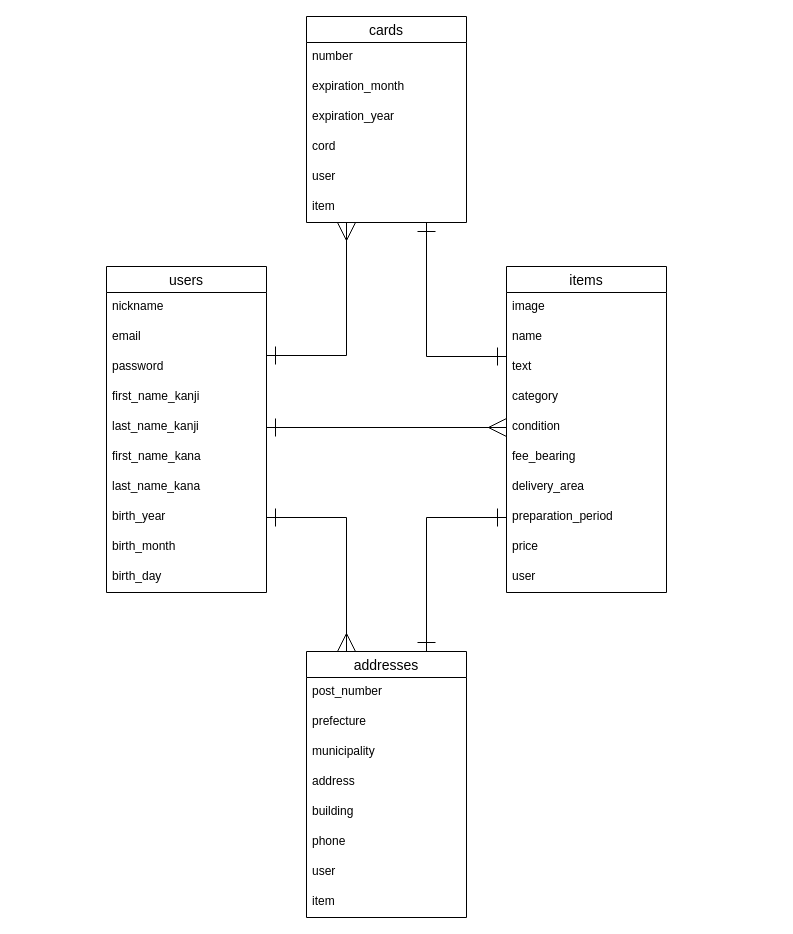
This is ER.dio from kazu1080601/furima-32572, a draw.io file, before an edit. Source tidied: cells renumbered, new cells numbered last; positions are measured from the earlier drawing's top-left corner, leaving out a move shared by most shapes. Both pictures are drawn from the tidied source at 100%, with x=0, y=0 at pixel (106, 16).
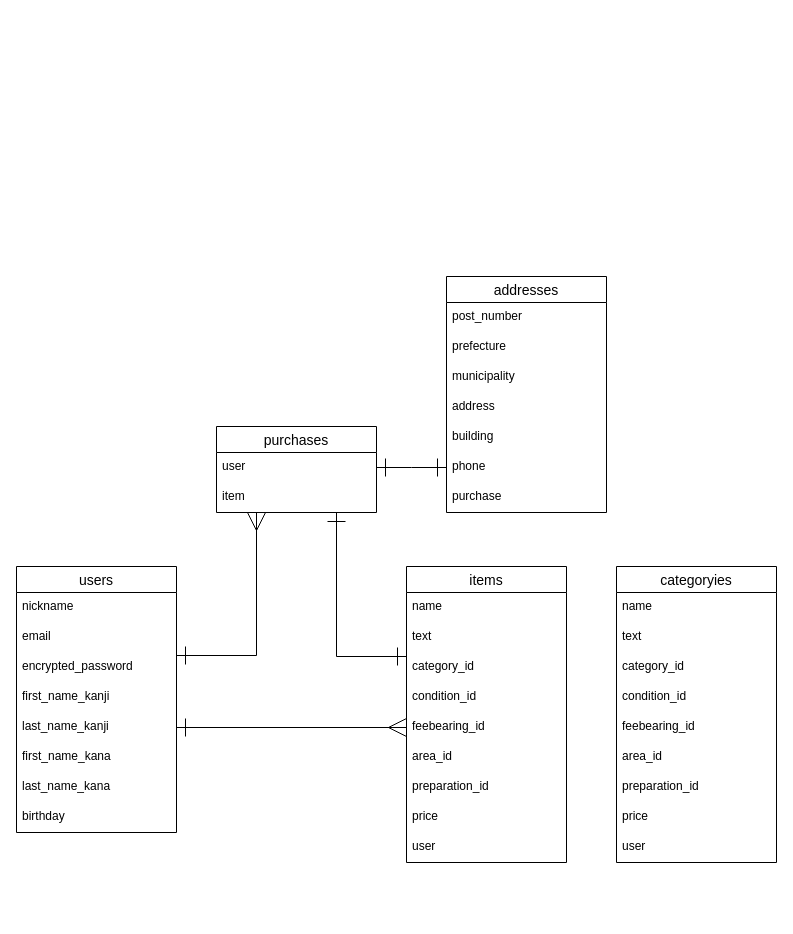
The same diagram, later.

Commit message (it also covers changes not shown here):
プルリクエスト指摘事項修正

Unchanged cells that the change refers to:
```xml
<mxCell id="18" value="last_name_kanji" style="text;strokeColor=none;fillColor=none;spacingLeft=4;spacingRight=4;overflow=hidden;points=[[0,0.5],[1,0.5]];portConstraint=eastwest;fontSize=12;" parent="13" vertex="1">
  <mxGeometry y="146" width="160" height="30" as="geometry" />
</mxCell>
```

The edit, as a diff of the source:
```diff
@@
     <mxCell id="2" value="items" style="swimlane;fontStyle=0;horizontal=1;startSize=26;align=center;fontSize=14;" parent="1" vertex="1">
-      <mxGeometry x="400" y="250" width="160" height="326" as="geometry" />
+      <mxGeometry x="300" y="550" width="160" height="296" as="geometry" />
     </mxCell>
-    <mxCell id="3" value="image" style="text;strokeColor=none;fillColor=none;spacingLeft=4;spacingRight=4;overflow=hidden;fontSize=12;" parent="2" vertex="1">
-      <mxGeometry y="26" width="160" height="30" as="geometry" />
-    </mxCell>
     <mxCell id="4" value="name" style="text;strokeColor=none;fillColor=none;spacingLeft=4;spacingRight=4;overflow=hidden;fontSize=12;" parent="2" vertex="1">
-      <mxGeometry y="56" width="160" height="30" as="geometry" />
+      <mxGeometry y="26" width="160" height="30" as="geometry" />
     </mxCell>
     <mxCell id="5" value="text" style="text;strokeColor=none;fillColor=none;spacingLeft=4;spacingRight=4;overflow=hidden;fontSize=12;" parent="2" vertex="1">
-      <mxGeometry y="86" width="160" height="30" as="geometry" />
+      <mxGeometry y="56" width="160" height="30" as="geometry" />
     </mxCell>
-    <mxCell id="6" value="category" style="text;strokeColor=none;fillColor=none;spacingLeft=4;spacingRight=4;overflow=hidden;fontSize=12;" parent="2" vertex="1">
-      <mxGeometry y="116" width="160" height="30" as="geometry" />
+    <mxCell id="6" value="category_id" style="text;strokeColor=none;fillColor=none;spacingLeft=4;spacingRight=4;overflow=hidden;fontSize=12;" parent="2" vertex="1">
+      <mxGeometry y="86" width="160" height="30" as="geometry" />
     </mxCell>
-    <mxCell id="7" value="condition" style="text;strokeColor=none;fillColor=none;spacingLeft=4;spacingRight=4;overflow=hidden;points=[[0,0.5],[1,0.5]];portConstraint=eastwest;fontSize=12;" parent="2" vertex="1">
-      <mxGeometry y="146" width="160" height="30" as="geometry" />
+    <mxCell id="7" value="condition_id" style="text;strokeColor=none;fillColor=none;spacingLeft=4;spacingRight=4;overflow=hidden;points=[[0,0.5],[1,0.5]];portConstraint=eastwest;fontSize=12;" parent="2" vertex="1">
+      <mxGeometry y="116" width="160" height="30" as="geometry" />
     </mxCell>
-    <mxCell id="8" value="fee_bearing" style="text;strokeColor=none;fillColor=none;spacingLeft=4;spacingRight=4;overflow=hidden;points=[[0,0.5],[1,0.5]];portConstraint=eastwest;fontSize=12;" parent="2" vertex="1">
-      <mxGeometry y="176" width="160" height="30" as="geometry" />
+    <mxCell id="8" value="feebearing_id" style="text;strokeColor=none;fillColor=none;spacingLeft=4;spacingRight=4;overflow=hidden;points=[[0,0.5],[1,0.5]];portConstraint=eastwest;fontSize=12;" parent="2" vertex="1">
+      <mxGeometry y="146" width="160" height="30" as="geometry" />
     </mxCell>
-    <mxCell id="9" value="delivery_area" style="text;strokeColor=none;fillColor=none;spacingLeft=4;spacingRight=4;overflow=hidden;fontSize=12;" parent="2" vertex="1">
-      <mxGeometry y="206" width="160" height="30" as="geometry" />
+    <mxCell id="9" value="area_id" style="text;strokeColor=none;fillColor=none;spacingLeft=4;spacingRight=4;overflow=hidden;fontSize=12;" parent="2" vertex="1">
+      <mxGeometry y="176" width="160" height="30" as="geometry" />
     </mxCell>
-    <mxCell id="10" value="preparation_period" style="text;strokeColor=none;fillColor=none;spacingLeft=4;spacingRight=4;overflow=hidden;points=[[0,0.5],[1,0.5]];portConstraint=eastwest;fontSize=12;" parent="2" vertex="1">
-      <mxGeometry y="236" width="160" height="30" as="geometry" />
+    <mxCell id="10" value="preparation_id" style="text;strokeColor=none;fillColor=none;spacingLeft=4;spacingRight=4;overflow=hidden;points=[[0,0.5],[1,0.5]];portConstraint=eastwest;fontSize=12;" parent="2" vertex="1">
+      <mxGeometry y="206" width="160" height="30" as="geometry" />
     </mxCell>
     <mxCell id="11" value="price" style="text;strokeColor=none;fillColor=none;spacingLeft=4;spacingRight=4;overflow=hidden;fontSize=12;" parent="2" vertex="1">
-      <mxGeometry y="266" width="160" height="30" as="geometry" />
+      <mxGeometry y="236" width="160" height="30" as="geometry" />
     </mxCell>
     <mxCell id="12" value="user" style="text;strokeColor=none;fillColor=none;spacingLeft=4;spacingRight=4;overflow=hidden;fontSize=12;" parent="2" vertex="1">
-      <mxGeometry y="296" width="160" height="30" as="geometry" />
+      <mxGeometry y="266" width="160" height="30" as="geometry" />
     </mxCell>
     <mxCell id="13" value="users" style="swimlane;fontStyle=0;horizontal=1;startSize=26;align=center;fontSize=14;" parent="1" vertex="1">
-      <mxGeometry y="250" width="160" height="326" as="geometry" />
+      <mxGeometry x="-90" y="550" width="160" height="266" as="geometry" />
     </mxCell>
@@
-    <mxCell id="16" value="password" style="text;strokeColor=none;fillColor=none;spacingLeft=4;spacingRight=4;overflow=hidden;points=[[0,0.5],[1,0.5]];portConstraint=eastwest;fontSize=12;" parent="13" vertex="1">
+    <mxCell id="16" value="encrypted_password" style="text;strokeColor=none;fillColor=none;spacingLeft=4;spacingRight=4;overflow=hidden;points=[[0,0.5],[1,0.5]];portConstraint=eastwest;fontSize=12;" parent="13" vertex="1">
       <mxGeometry y="86" width="160" height="30" as="geometry" />
     </mxCell>
@@
-    <mxCell id="21" value="birth_year" style="text;strokeColor=none;fillColor=none;spacingLeft=4;spacingRight=4;overflow=hidden;points=[[0,0.5],[1,0.5]];portConstraint=eastwest;fontSize=12;" parent="13" vertex="1">
+    <mxCell id="21" value="birthday" style="text;strokeColor=none;fillColor=none;spacingLeft=4;spacingRight=4;overflow=hidden;points=[[0,0.5],[1,0.5]];portConstraint=eastwest;fontSize=12;" parent="13" vertex="1">
       <mxGeometry y="236" width="160" height="30" as="geometry" />
     </mxCell>
-    <mxCell id="22" value="birth_month" style="text;strokeColor=none;fillColor=none;spacingLeft=4;spacingRight=4;overflow=hidden;fontSize=12;" parent="13" vertex="1">
-      <mxGeometry y="266" width="160" height="30" as="geometry" />
-    </mxCell>
-    <mxCell id="23" value="birth_day" style="text;strokeColor=none;fillColor=none;spacingLeft=4;spacingRight=4;overflow=hidden;fontSize=12;" parent="13" vertex="1">
-      <mxGeometry y="296" width="160" height="30" as="geometry" />
-    </mxCell>
-    <mxCell id="24" value="cards" style="swimlane;fontStyle=0;horizontal=1;startSize=26;align=center;fontSize=14;" parent="1" vertex="1">
-      <mxGeometry x="200" width="160" height="206" as="geometry" />
+    <mxCell id="24" value="purchases" style="swimlane;fontStyle=0;horizontal=1;startSize=26;align=center;fontSize=14;" parent="1" vertex="1">
+      <mxGeometry x="110" y="410" width="160" height="86" as="geometry" />
     </mxCell>
-    <mxCell id="25" value="number" style="text;strokeColor=none;fillColor=none;spacingLeft=4;spacingRight=4;overflow=hidden;fontSize=12;" parent="24" vertex="1">
-      <mxGeometry y="26" width="160" height="30" as="geometry" />
-    </mxCell>
-    <mxCell id="26" value="expiration_month" style="text;strokeColor=none;fillColor=none;spacingLeft=4;spacingRight=4;overflow=hidden;fontSize=12;" parent="24" vertex="1">
-      <mxGeometry y="56" width="160" height="30" as="geometry" />
-    </mxCell>
-    <mxCell id="27" value="expiration_year" style="text;strokeColor=none;fillColor=none;spacingLeft=4;spacingRight=4;overflow=hidden;fontSize=12;" parent="24" vertex="1">
-      <mxGeometry y="86" width="160" height="30" as="geometry" />
-    </mxCell>
-    <mxCell id="28" value="cord" style="text;strokeColor=none;fillColor=none;spacingLeft=4;spacingRight=4;overflow=hidden;fontSize=12;" parent="24" vertex="1">
-      <mxGeometry y="116" width="160" height="30" as="geometry" />
-    </mxCell>
     <mxCell id="29" value="user" style="text;strokeColor=none;fillColor=none;spacingLeft=4;spacingRight=4;overflow=hidden;points=[[0,0.5],[1,0.5]];portConstraint=eastwest;fontSize=12;" parent="24" vertex="1">
-      <mxGeometry y="146" width="160" height="30" as="geometry" />
+      <mxGeometry y="26" width="160" height="30" as="geometry" />
     </mxCell>
     <mxCell id="30" value="item" style="text;strokeColor=none;fillColor=none;spacingLeft=4;spacingRight=4;overflow=hidden;fontSize=12;" parent="24" vertex="1">
-      <mxGeometry y="176" width="160" height="30" as="geometry" />
+      <mxGeometry y="56" width="160" height="30" as="geometry" />
     </mxCell>
     <mxCell id="31" value="addresses" style="swimlane;fontStyle=0;horizontal=1;startSize=26;align=center;fontSize=14;" parent="1" vertex="1">
-      <mxGeometry x="200" y="635" width="160" height="266" as="geometry" />
+      <mxGeometry x="340" y="260" width="160" height="236" as="geometry" />
     </mxCell>
@@
-    <mxCell id="38" value="user" style="text;strokeColor=none;fillColor=none;spacingLeft=4;spacingRight=4;overflow=hidden;fontSize=12;" parent="31" vertex="1">
-      <mxGeometry y="206" width="160" height="30" as="geometry" />
-    </mxCell>
-    <mxCell id="39" value="item" style="text;strokeColor=none;fillColor=none;spacingLeft=4;spacingRight=4;overflow=hidden;fontSize=12;" parent="31" vertex="1">
-      <mxGeometry y="236" width="160" height="30" as="geometry" />
+    <mxCell id="39" value="purchase" style="text;strokeColor=none;fillColor=none;spacingLeft=4;spacingRight=4;overflow=hidden;fontSize=12;" parent="31" vertex="1">
+      <mxGeometry y="206" width="160" height="30" as="geometry" />
     </mxCell>
-    <mxCell id="40" style="edgeStyle=orthogonalEdgeStyle;rounded=0;jettySize=auto;html=1;exitX=1;exitY=0.5;exitDx=0;exitDy=0;endArrow=ERmany;endFill=0;endSize=16;entryX=0.25;entryY=0;entryDx=0;entryDy=0;startArrow=ERone;startFill=0;startSize=16;" parent="1" edge="1" source="21" target="31">
-      <mxGeometry relative="1" as="geometry" />
-    </mxCell>
-    <mxCell id="41" style="edgeStyle=orthogonalEdgeStyle;rounded=0;jettySize=auto;html=1;exitX=0;exitY=0.5;exitDx=0;exitDy=0;endArrow=ERone;endFill=0;endSize=16;entryX=0.75;entryY=0;entryDx=0;entryDy=0;startArrow=ERone;startFill=0;startSize=16;" parent="1" edge="1" source="10" target="31">
-      <mxGeometry relative="1" as="geometry">
-        <Array as="points">
-          <mxPoint x="320" y="501" />
-        </Array>
-      </mxGeometry>
-    </mxCell>
     <mxCell id="42" style="edgeStyle=orthogonalEdgeStyle;rounded=0;jettySize=auto;html=1;endArrow=ERmany;endFill=0;endSize=16;startArrow=ERone;startFill=0;startSize=16;exitX=1;exitY=0.1;exitDx=0;exitDy=0;exitPerimeter=0;entryX=0.25;entryY=1;entryDx=0;entryDy=0;" parent="1" edge="1" source="16" target="24">
       <mxGeometry relative="1" as="geometry">
         <Array as="points">
-          <mxPoint x="240" y="339" />
+          <mxPoint x="150" y="639" />
         </Array>
       </mxGeometry>
     </mxCell>
     <mxCell id="43" style="edgeStyle=orthogonalEdgeStyle;rounded=0;jettySize=auto;html=1;endArrow=ERone;endFill=0;endSize=16;startArrow=ERone;startFill=0;startSize=16;entryX=0.75;entryY=1;entryDx=0;entryDy=0;" parent="1" edge="1" target="24">
       <mxGeometry relative="1" as="geometry">
-        <mxPoint x="400" y="340" as="sourcePoint" />
+        <mxPoint x="300" y="640" as="sourcePoint" />
         <Array as="points">
-          <mxPoint x="320" y="340" />
+          <mxPoint x="230" y="640" />
         </Array>
       </mxGeometry>
     </mxCell>
-    <mxCell id="44" style="edgeStyle=orthogonalEdgeStyle;rounded=0;jettySize=auto;html=1;exitX=1;exitY=0.5;exitDx=0;exitDy=0;entryX=0;entryY=0.5;entryDx=0;entryDy=0;startArrow=ERone;startFill=0;startSize=16;endArrow=ERmany;endFill=0;endSize=16;" parent="1" edge="1" source="18" target="7">
+    <mxCell id="44" style="edgeStyle=orthogonalEdgeStyle;rounded=0;jettySize=auto;html=1;exitX=1;exitY=0.5;exitDx=0;exitDy=0;entryX=0;entryY=0.5;entryDx=0;entryDy=0;startArrow=ERone;startFill=0;startSize=16;endArrow=ERmany;endFill=0;endSize=16;" parent="1" edge="1" source="18" target="8">
       <mxGeometry relative="1" as="geometry" />
     </mxCell>
+    <mxCell id="45" style="edgeStyle=orthogonalEdgeStyle;rounded=0;jettySize=auto;html=1;exitX=1;exitY=0.5;exitDx=0;exitDy=0;entryX=0;entryY=0.5;entryDx=0;entryDy=0;endSize=16;startSize=16;startArrow=ERone;startFill=0;endArrow=ERone;endFill=0;" parent="1" edge="1" source="29">
+      <mxGeometry relative="1" as="geometry">
+        <mxPoint x="340" y="451" as="targetPoint" />
+      </mxGeometry>
+    </mxCell>
+    <mxCell id="46" value="categoryies" style="swimlane;fontStyle=0;horizontal=1;startSize=26;align=center;fontSize=14;" parent="1" vertex="1">
+      <mxGeometry x="510" y="550" width="160" height="296" as="geometry" />
+    </mxCell>
+    <mxCell id="47" value="name" style="text;strokeColor=none;fillColor=none;spacingLeft=4;spacingRight=4;overflow=hidden;fontSize=12;" parent="46" vertex="1">
+      <mxGeometry y="26" width="160" height="30" as="geometry" />
+    </mxCell>
+    <mxCell id="48" value="text" style="text;strokeColor=none;fillColor=none;spacingLeft=4;spacingRight=4;overflow=hidden;fontSize=12;" parent="46" vertex="1">
+      <mxGeometry y="56" width="160" height="30" as="geometry" />
+    </mxCell>
+    <mxCell id="49" value="category_id" style="text;strokeColor=none;fillColor=none;spacingLeft=4;spacingRight=4;overflow=hidden;fontSize=12;" parent="46" vertex="1">
+      <mxGeometry y="86" width="160" height="30" as="geometry" />
+    </mxCell>
+    <mxCell id="50" value="condition_id" style="text;strokeColor=none;fillColor=none;spacingLeft=4;spacingRight=4;overflow=hidden;fontSize=12;" parent="46" vertex="1">
+      <mxGeometry y="116" width="160" height="30" as="geometry" />
+    </mxCell>
+    <mxCell id="51" value="feebearing_id" style="text;strokeColor=none;fillColor=none;spacingLeft=4;spacingRight=4;overflow=hidden;fontSize=12;" parent="46" vertex="1">
+      <mxGeometry y="146" width="160" height="30" as="geometry" />
+    </mxCell>
+    <mxCell id="52" value="area_id" style="text;strokeColor=none;fillColor=none;spacingLeft=4;spacingRight=4;overflow=hidden;fontSize=12;" parent="46" vertex="1">
+      <mxGeometry y="176" width="160" height="30" as="geometry" />
+    </mxCell>
+    <mxCell id="53" value="preparation_id" style="text;strokeColor=none;fillColor=none;spacingLeft=4;spacingRight=4;overflow=hidden;fontSize=12;" parent="46" vertex="1">
+      <mxGeometry y="206" width="160" height="30" as="geometry" />
+    </mxCell>
+    <mxCell id="54" value="price" style="text;strokeColor=none;fillColor=none;spacingLeft=4;spacingRight=4;overflow=hidden;fontSize=12;" parent="46" vertex="1">
+      <mxGeometry y="236" width="160" height="30" as="geometry" />
+    </mxCell>
+    <mxCell id="38" value="user" style="text;strokeColor=none;fillColor=none;spacingLeft=4;spacingRight=4;overflow=hidden;fontSize=12;" parent="46" vertex="1">
+      <mxGeometry y="266" width="160" height="30" as="geometry" />
+    </mxCell>
```
